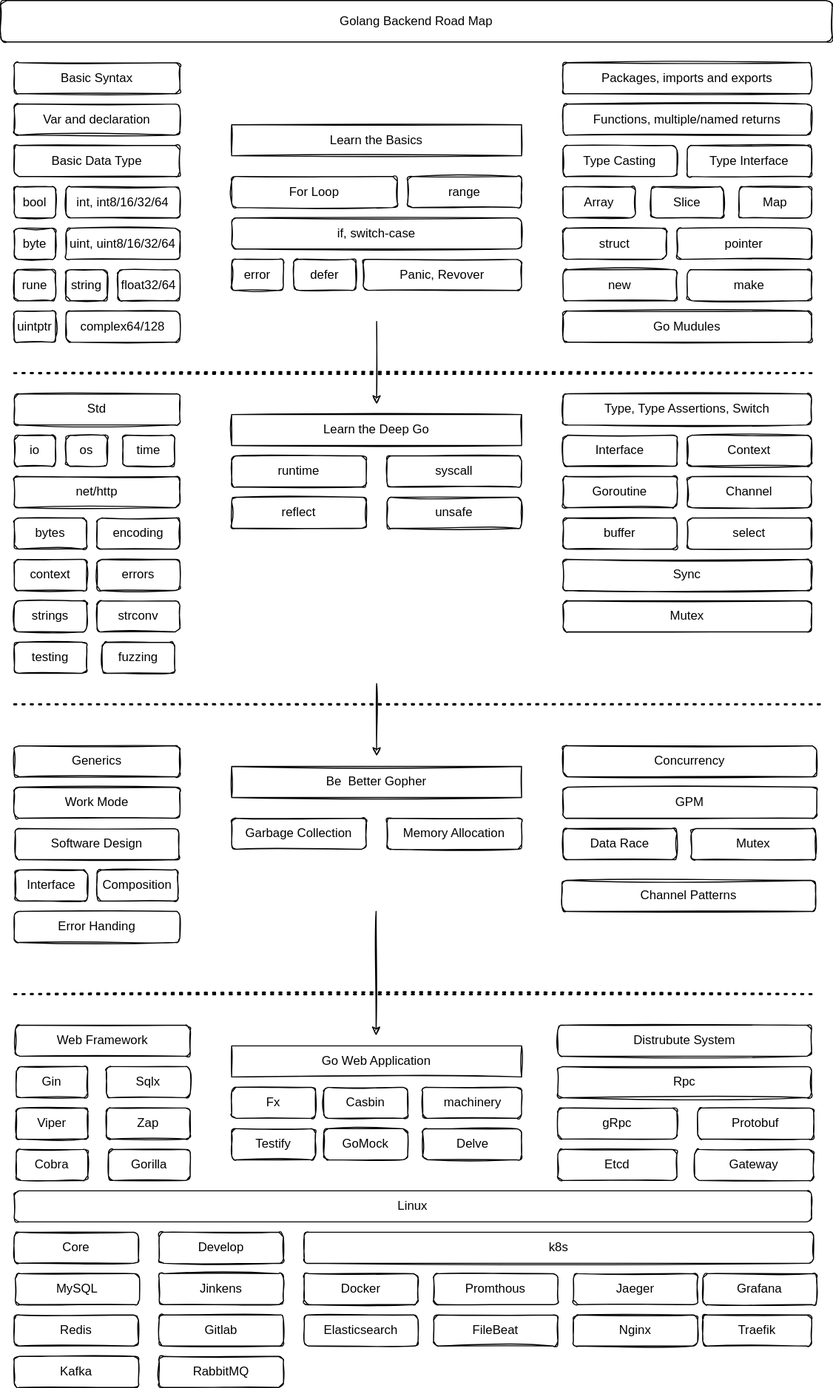
This is 00-学习路线/images/Golang-Backend.svg from cd-home/Root, a draw.io export, as it was before one commit. Source tidied: cells renumbered, new cells last; positions are measured from the earlier drawing's top-left corner, leaving out a move shared by most shapes.
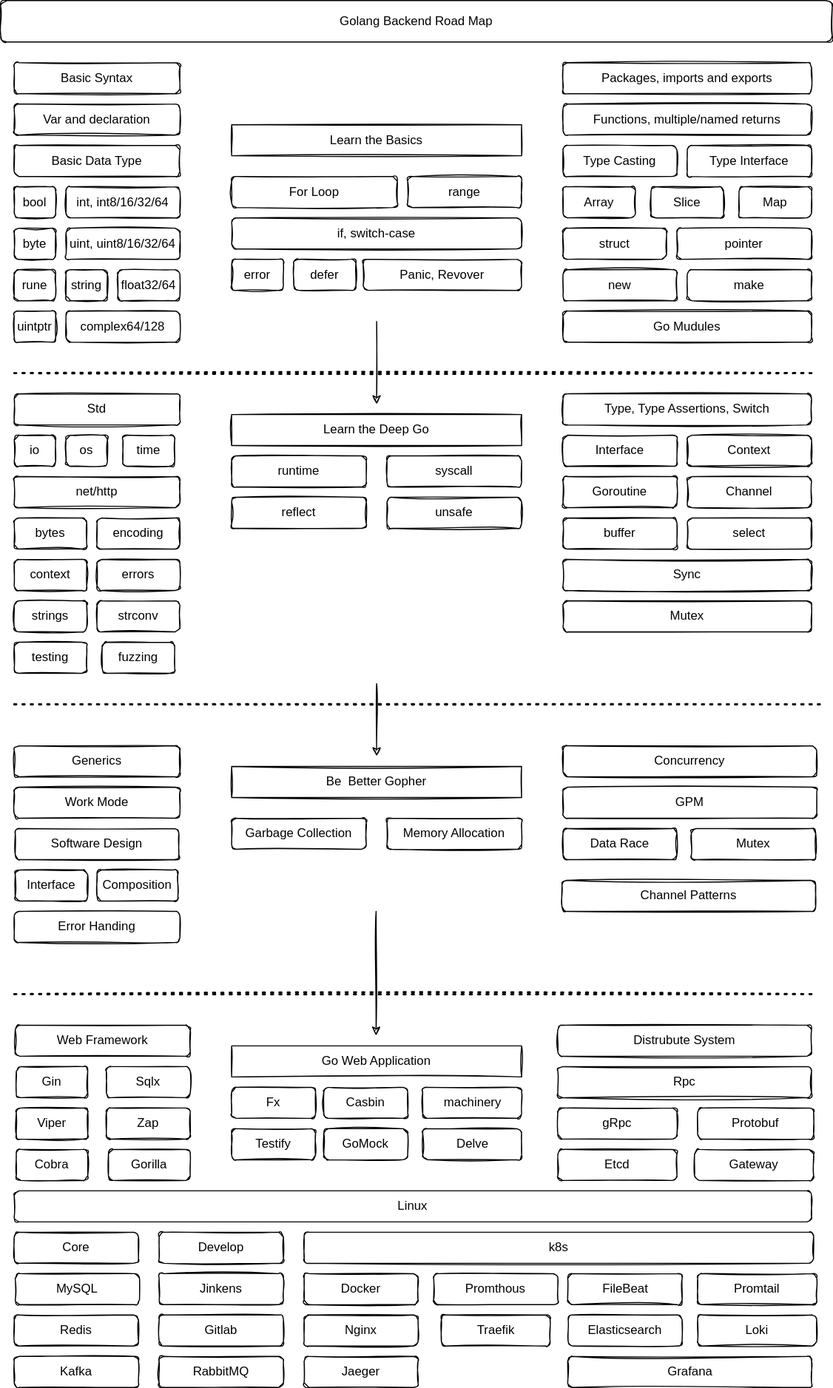
After the commit.

Commit message:
😀🌴⭐🌎☀️🌈🌽: Backend Road Map

Change to the diagram source:
```diff
@@ -303,19 +303,19 @@
       <mxGeometry x="13" y="1150" width="770" height="30" as="geometry" />
     </mxCell>
     <mxCell id="96" value="Elasticsearch" style="rounded=1;whiteSpace=wrap;html=1;sketch=1;" parent="1" vertex="1">
-      <mxGeometry x="293" y="1270" width="110" height="30" as="geometry" />
+      <mxGeometry x="548" y="1270" width="110" height="30" as="geometry" />
     </mxCell>
     <mxCell id="97" value="FileBeat" style="rounded=1;whiteSpace=wrap;html=1;sketch=1;" parent="1" vertex="1">
-      <mxGeometry x="418" y="1270" width="120" height="30" as="geometry" />
+      <mxGeometry x="547.5" y="1230" width="110.5" height="30" as="geometry" />
     </mxCell>
     <mxCell id="98" value="Promthous" style="rounded=1;whiteSpace=wrap;html=1;sketch=1;" parent="1" vertex="1">
       <mxGeometry x="418" y="1230" width="120" height="30" as="geometry" />
     </mxCell>
     <mxCell id="99" value="Grafana" style="rounded=1;whiteSpace=wrap;html=1;sketch=1;" parent="1" vertex="1">
-      <mxGeometry x="678" y="1230" width="110" height="30" as="geometry" />
+      <mxGeometry x="547.5" y="1310" width="235.5" height="30" as="geometry" />
     </mxCell>
     <mxCell id="100" value="Jaeger" style="rounded=1;whiteSpace=wrap;html=1;sketch=1;" parent="1" vertex="1">
-      <mxGeometry x="553" y="1230" width="120" height="30" as="geometry" />
+      <mxGeometry x="293" y="1310" width="110" height="30" as="geometry" />
     </mxCell>
     <mxCell id="101" value="MySQL" style="rounded=1;whiteSpace=wrap;html=1;sketch=1;" parent="1" vertex="1">
       <mxGeometry x="14" y="1230" width="120" height="30" as="geometry" />
@@ -348,7 +348,7 @@
       <mxGeometry x="293" y="1190" width="492" height="30" as="geometry" />
     </mxCell>
     <mxCell id="111" value="Nginx" style="rounded=1;whiteSpace=wrap;html=1;sketch=1;" parent="1" vertex="1">
-      <mxGeometry x="553" y="1270" width="120" height="30" as="geometry" />
+      <mxGeometry x="293" y="1270" width="110" height="30" as="geometry" />
     </mxCell>
     <mxCell id="112" value="Core" style="rounded=1;whiteSpace=wrap;html=1;sketch=1;" parent="1" vertex="1">
       <mxGeometry x="13" y="1190" width="120" height="30" as="geometry" />
@@ -366,10 +366,16 @@
       <mxGeometry x="13" y="1310" width="120" height="30" as="geometry" />
     </mxCell>
     <mxCell id="117" value="Traefik" style="rounded=1;whiteSpace=wrap;html=1;sketch=1;" parent="1" vertex="1">
-      <mxGeometry x="678" y="1270" width="105" height="30" as="geometry" />
+      <mxGeometry x="425.5" y="1270" width="105" height="30" as="geometry" />
     </mxCell>
     <mxCell id="118" value="RabbitMQ" style="rounded=1;whiteSpace=wrap;html=1;sketch=1;" parent="1" vertex="1">
       <mxGeometry x="153" y="1310" width="120" height="30" as="geometry" />
     </mxCell>
+    <mxCell id="119" value="Promtail" style="rounded=1;whiteSpace=wrap;html=1;sketch=1;" parent="1" vertex="1">
+      <mxGeometry x="673" y="1230" width="115" height="30" as="geometry" />
+    </mxCell>
+    <mxCell id="120" value="Loki" style="rounded=1;whiteSpace=wrap;html=1;sketch=1;" parent="1" vertex="1">
+      <mxGeometry x="673" y="1270" width="115" height="30" as="geometry" />
+    </mxCell>
   </root>
 </mxGraphModel>
```
